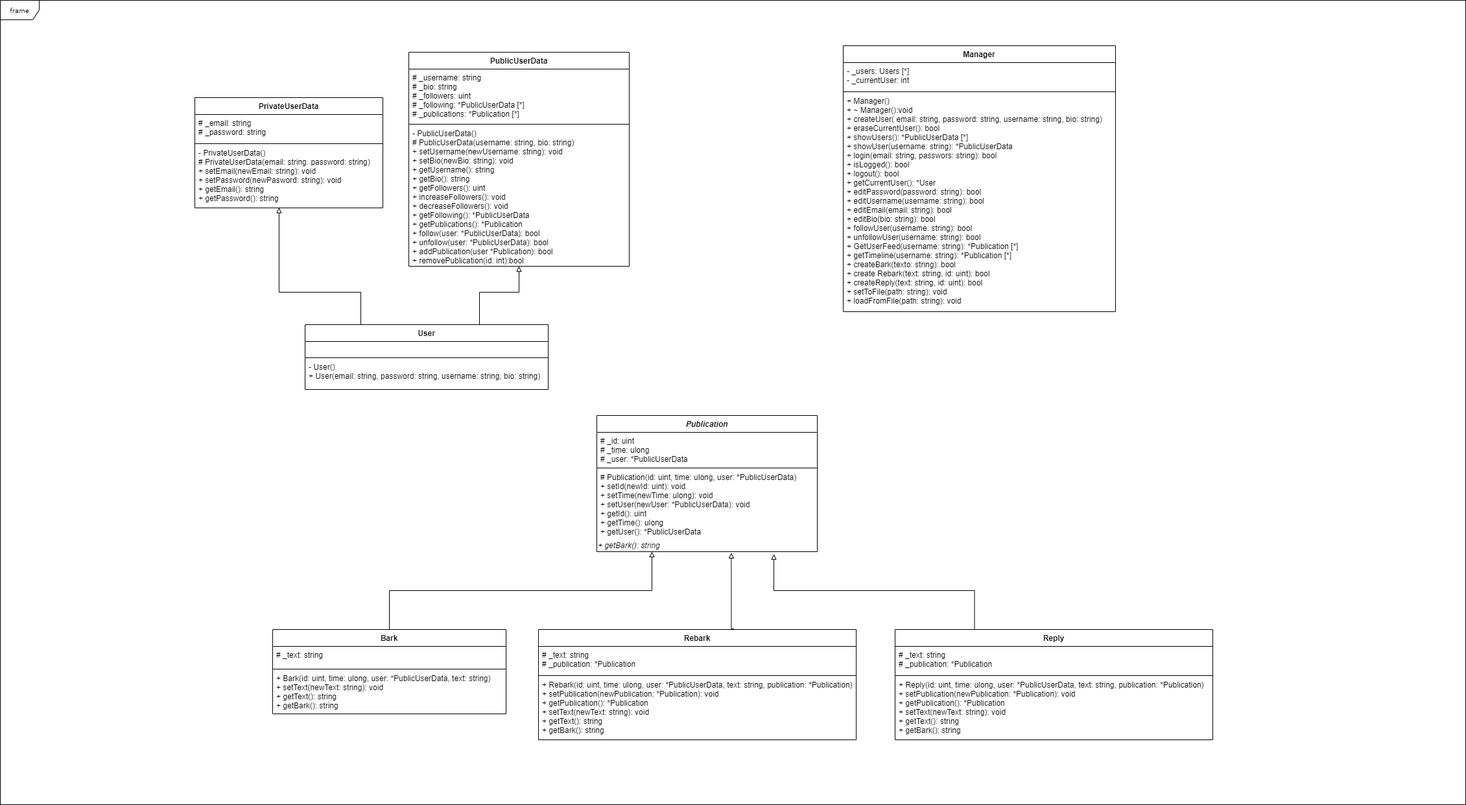
Above: docs/UMLDiagram_Proyecto.png in metroid2010/inf-industrial-project (draw.io), before the change. Source tidied: cells renumbered, new cells last; positions are measured from the earlier drawing's top-left corner, leaving out a move shared by most shapes.
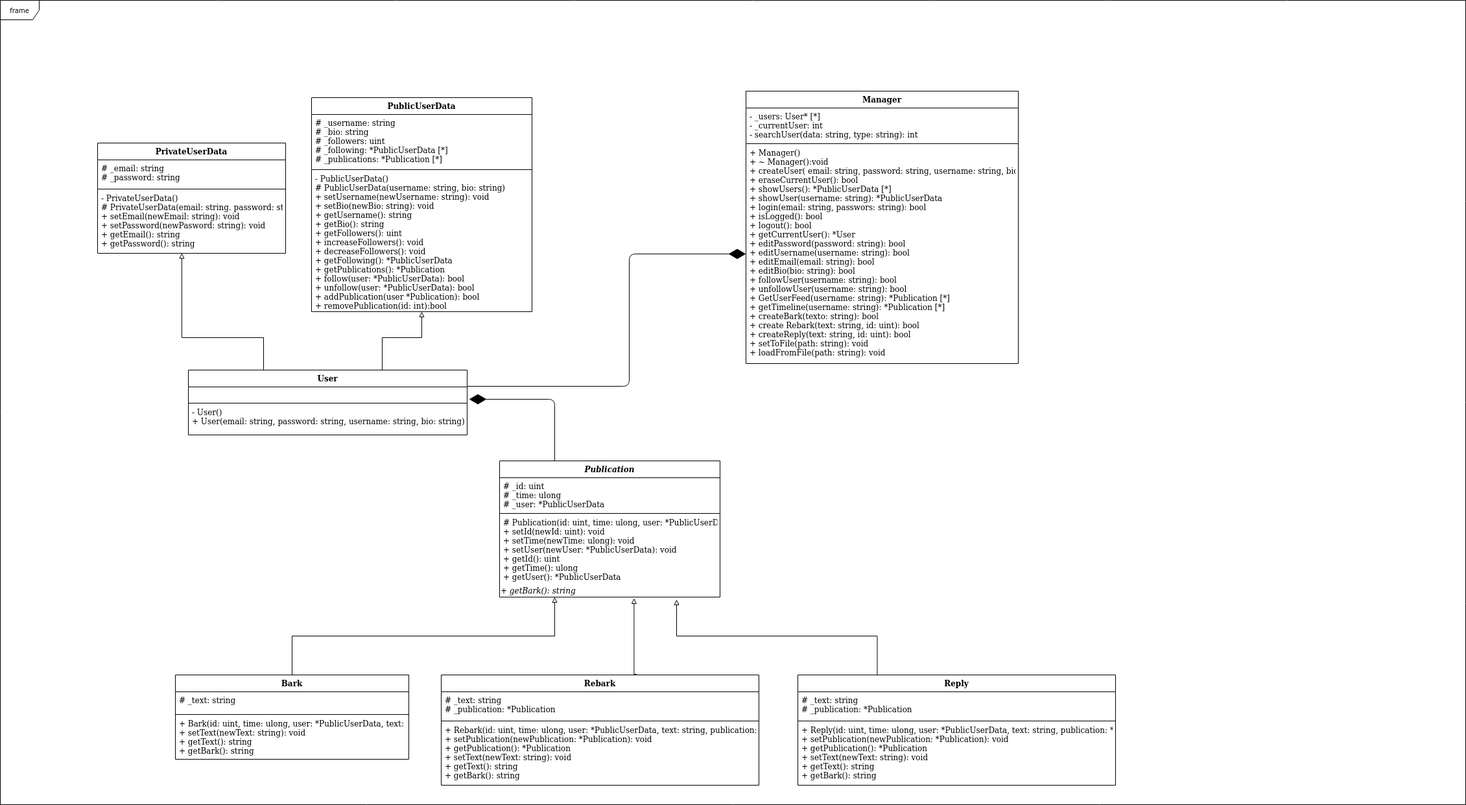
The same diagram one commit later.

What changed in the source:
```diff
@@ -3,7 +3,7 @@
     <mxCell id="0" />
     <mxCell id="1" parent="0" />
     <mxCell id="2" value="frame" style="shape=umlFrame;whiteSpace=wrap;html=1;rounded=0;shadow=0;comic=0;labelBackgroundColor=none;strokeWidth=1;fontFamily=Verdana;fontSize=10;align=center;" parent="1" vertex="1">
-      <mxGeometry width="2260" height="1240" as="geometry" />
+      <mxGeometry x="150" y="-70" width="2260" height="1240" as="geometry" />
     </mxCell>
     <mxCell id="3" style="edgeStyle=orthogonalEdgeStyle;rounded=0;jettySize=auto;html=1;exitX=0.25;exitY=0;exitDx=0;exitDy=0;entryX=0.803;entryY=1.19;entryDx=0;entryDy=0;entryPerimeter=0;endArrow=block;endFill=0;" parent="1" edge="1" source="16" target="32">
       <mxGeometry relative="1" as="geometry" />
@@ -112,28 +112,43 @@
       <mxGeometry y="190" width="340" height="20" as="geometry" />
     </mxCell>
     <mxCell id="33" value="Manager" style="swimlane;fontStyle=1;align=center;verticalAlign=top;horizontal=1;startSize=26;" parent="1" vertex="1">
-      <mxGeometry x="1300" y="70" width="420" height="410" as="geometry" />
+      <mxGeometry x="1300" y="70" width="420" height="420" as="geometry" />
     </mxCell>
-    <mxCell id="34" value="- _users: Users [*]&#10;- _currentUser: int" style="text;strokeColor=none;fillColor=none;align=left;verticalAlign=top;spacingLeft=4;spacingRight=4;overflow=hidden;" parent="33" vertex="1">
-      <mxGeometry y="26" width="420" height="44" as="geometry" />
+    <mxCell id="34" value="- _users: User* [*]&#10;- _currentUser: int&#10;- searchUser(data: string, type: string): int&#10;" style="text;strokeColor=none;fillColor=none;align=left;verticalAlign=top;spacingLeft=4;spacingRight=4;overflow=hidden;" parent="33" vertex="1">
+      <mxGeometry y="26" width="420" height="54" as="geometry" />
     </mxCell>
     <mxCell id="35" style="line;strokeWidth=1;fillColor=none;align=left;verticalAlign=middle;spacingTop=-1;spacingLeft=3;spacingRight=3;labelPosition=right;" parent="33" vertex="1">
-      <mxGeometry y="70" width="420" height="2" as="geometry" />
+      <mxGeometry y="80" width="420" height="2" as="geometry" />
     </mxCell>
     <mxCell id="36" value="+ Manager()&#10;+ ~ Manager():void&#10;+ createUser( email: string, password: string, username: string, bio: string)&#10;+ eraseCurrentUser(): bool&#10;+ showUsers(): *PublicUserData [*]&#10;+ showUser(username: string): *PublicUserData&#10;+ login(email: string, passwors: string): bool&#10;+ isLogged(): bool&#10;+ logout(): bool&#10;+ getCurrentUser(): *User&#10;+ editPassword(password: string): bool&#10;+ editUsername(username: string): bool&#10;+ editEmail(email: string): bool&#10;+ editBio(bio: string): bool&#10;+ followUser(username: string): bool&#10;+ unfollowUser(username: string): bool&#10;+ GetUserFeed(username: string): *Publication [*]&#10;+ getTimeline(username: string): *Publication [*]&#10;+ createBark(texto: string): bool&#10;+ create Rebark(text: string, id: uint): bool&#10;+ createReply(text: string, id: uint): bool&#10;+ setToFile(path: string): void&#10;+ loadFromFile(path: string): void" style="text;strokeColor=none;fillColor=none;align=left;verticalAlign=top;spacingLeft=4;spacingRight=4;overflow=hidden;points=[[0,0.5],[1,0.5]];portConstraint=eastwest;" parent="33" vertex="1">
-      <mxGeometry y="72" width="420" height="338" as="geometry" />
+      <mxGeometry y="82" width="420" height="338" as="geometry" />
     </mxCell>
     <mxCell id="37" value="User" style="swimlane;fontStyle=1;align=center;verticalAlign=top;horizontal=1;startSize=26;" parent="1" vertex="1">
-      <mxGeometry x="470" y="500" width="375" height="100" as="geometry" />
+      <mxGeometry x="440" y="500" width="430" height="100" as="geometry" />
     </mxCell>
     <mxCell id="38" value=" " style="text;strokeColor=none;fillColor=none;align=left;verticalAlign=top;spacingLeft=4;spacingRight=4;overflow=hidden;points=[[0,0.5],[1,0.5]];portConstraint=eastwest;" parent="37" vertex="1">
-      <mxGeometry y="26" width="375" height="24" as="geometry" />
+      <mxGeometry y="26" width="430" height="24" as="geometry" />
     </mxCell>
     <mxCell id="39" style="line;strokeWidth=1;fillColor=none;align=left;verticalAlign=middle;spacingTop=-1;spacingLeft=3;spacingRight=3;labelPosition=right;" parent="37" vertex="1">
-      <mxGeometry y="50" width="375" height="2" as="geometry" />
+      <mxGeometry y="50" width="430" height="2" as="geometry" />
     </mxCell>
     <mxCell id="40" value="- User()&#10;+ User(email: string, password: string, username: string, bio: string)&#10;&#10;" style="text;strokeColor=none;fillColor=none;align=left;verticalAlign=top;spacingLeft=4;spacingRight=4;overflow=hidden;" parent="37" vertex="1">
-      <mxGeometry y="52" width="375" height="48" as="geometry" />
+      <mxGeometry y="52" width="430" height="48" as="geometry" />
     </mxCell>
+    <mxCell id="41" style="endArrow=diamondThin;endFill=1;endSize=24;html=1;exitX=0.25;exitY=0;exitDx=0;exitDy=0;entryX=1.007;entryY=0.792;entryDx=0;entryDy=0;entryPerimeter=0;" parent="1" edge="1" source="28" target="38">
+      <mxGeometry relative="1" as="geometry">
+        <Array as="points">
+          <mxPoint x="1005" y="545" />
+        </Array>
+      </mxGeometry>
+    </mxCell>
+    <mxCell id="42" style="endArrow=diamondThin;endFill=1;endSize=24;html=1;exitX=1;exitY=0.25;exitDx=0;exitDy=0;entryX=0;entryY=0.5;entryDx=0;entryDy=0;" parent="1" edge="1" source="37" target="36">
+      <mxGeometry relative="1" as="geometry">
+        <Array as="points">
+          <mxPoint x="1120" y="525" />
+          <mxPoint x="1120" y="321" />
+        </Array>
+      </mxGeometry>
+    </mxCell>
   </root>
 </mxGraphModel>
```
